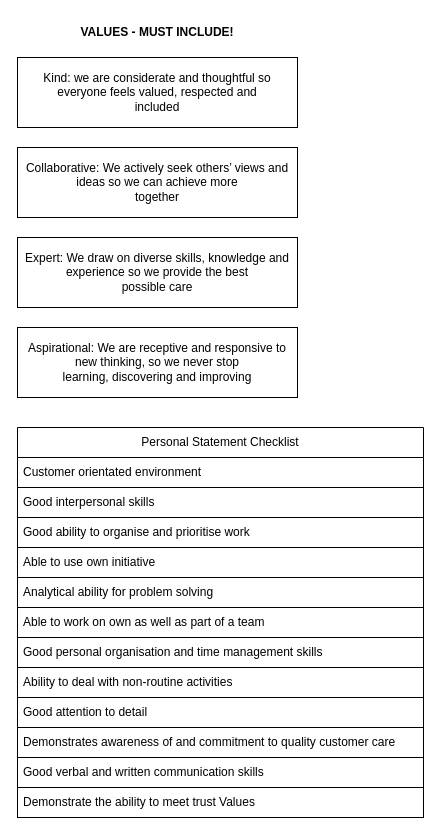
Above: Pharamcy_App.drawio in thomascoote/Misc (draw.io), before the change. Source tidied: cells renumbered, new cells numbered last; positions are measured from the earlier drawing's top-left corner, leaving out a move shared by most shapes. Both pictures are drawn from the tidied source at 100%, with x=0, y=0 at pixel (17, 17).
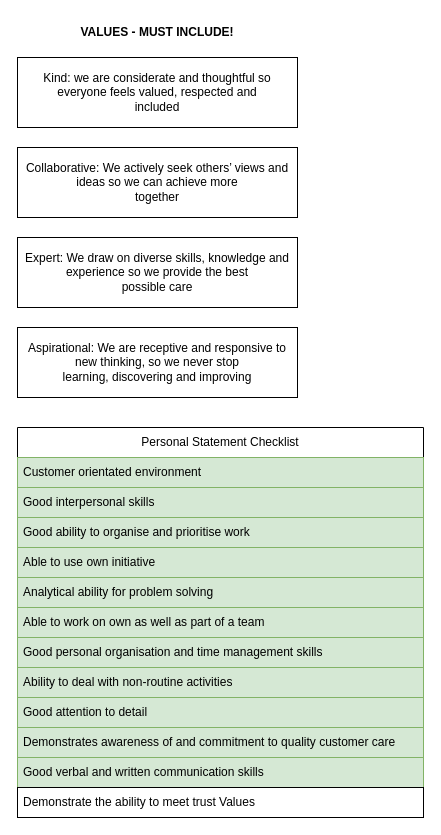
The same page after the edit.

What changed in the source:
```diff
@@
 <mxGraphModel>
   <root>
     <mxCell id="0" />
     <mxCell id="1" parent="0" />
     <mxCell id="2" value="Kind: we are considerate and thoughtful so everyone feels valued, respected and&lt;br&gt;included" style="rounded=0;whiteSpace=wrap;html=1;" parent="1" vertex="1">
       <mxGeometry y="40" width="280" height="70" as="geometry" />
     </mxCell>
     <mxCell id="3" value="&lt;b&gt;VALUES - MUST INCLUDE!&lt;/b&gt;" style="text;html=1;align=center;verticalAlign=middle;whiteSpace=wrap;rounded=0;" parent="1" vertex="1">
       <mxGeometry x="50" width="180" height="30" as="geometry" />
     </mxCell>
     <mxCell id="4" value="Collaborative: We actively seek others’ views and ideas so we can achieve more&lt;br&gt;together" style="rounded=0;whiteSpace=wrap;html=1;" parent="1" vertex="1">
       <mxGeometry y="130" width="280" height="70" as="geometry" />
     </mxCell>
     <mxCell id="5" value="Expert: We draw on diverse skills, knowledge and experience so we provide the best&lt;br&gt;possible care" style="rounded=0;whiteSpace=wrap;html=1;" parent="1" vertex="1">
       <mxGeometry y="220" width="280" height="70" as="geometry" />
     </mxCell>
     <mxCell id="6" value="Aspirational: We are receptive and responsive to new thinking, so we never stop&lt;br&gt;learning, discovering and improving" style="rounded=0;whiteSpace=wrap;html=1;" parent="1" vertex="1">
       <mxGeometry y="310" width="280" height="70" as="geometry" />
     </mxCell>
     <mxCell id="7" value="Personal Statement Checklist" style="swimlane;fontStyle=0;horizontal=1;startSize=30;whiteSpace=wrap;html=1;" parent="1" vertex="1">
       <mxGeometry y="410" width="406" height="390" as="geometry" />
     </mxCell>
-    <mxCell id="8" value="Customer orientated environment" style="text;strokeColor=none;fillColor=none;align=left;verticalAlign=middle;spacingLeft=4;spacingRight=4;overflow=hidden;whiteSpace=wrap;html=1;" parent="7" vertex="1">
+    <mxCell id="8" value="Customer orientated environment" style="text;strokeColor=#82b366;fillColor=#d5e8d4;align=left;verticalAlign=middle;spacingLeft=4;spacingRight=4;overflow=hidden;whiteSpace=wrap;html=1;" parent="7" vertex="1">
       <mxGeometry y="30" width="406" height="30" as="geometry" />
     </mxCell>
-    <mxCell id="9" value="Good interpersonal skills" style="text;strokeColor=default;fillColor=none;align=left;verticalAlign=middle;spacingLeft=4;spacingRight=4;overflow=hidden;whiteSpace=wrap;html=1;" parent="7" vertex="1">
+    <mxCell id="9" value="Good interpersonal skills" style="text;strokeColor=#82b366;fillColor=#d5e8d4;align=left;verticalAlign=middle;spacingLeft=4;spacingRight=4;overflow=hidden;whiteSpace=wrap;html=1;" parent="7" vertex="1">
       <mxGeometry y="60" width="406" height="30" as="geometry" />
     </mxCell>
-    <mxCell id="10" value="Good ability to organise and prioritise work" style="text;strokeColor=none;fillColor=none;align=left;verticalAlign=middle;spacingLeft=4;spacingRight=4;overflow=hidden;whiteSpace=wrap;html=1;" parent="7" vertex="1">
+    <mxCell id="10" value="Good ability to organise and prioritise work" style="text;strokeColor=#82b366;fillColor=#d5e8d4;align=left;verticalAlign=middle;spacingLeft=4;spacingRight=4;overflow=hidden;whiteSpace=wrap;html=1;" parent="7" vertex="1">
       <mxGeometry y="90" width="406" height="30" as="geometry" />
     </mxCell>
-    <mxCell id="11" value="Able to use own initiative" style="text;strokeColor=default;fillColor=none;align=left;verticalAlign=middle;spacingLeft=4;spacingRight=4;overflow=hidden;whiteSpace=wrap;html=1;" parent="7" vertex="1">
+    <mxCell id="11" value="Able to use own initiative" style="text;strokeColor=#82b366;fillColor=#d5e8d4;align=left;verticalAlign=middle;spacingLeft=4;spacingRight=4;overflow=hidden;whiteSpace=wrap;html=1;" parent="7" vertex="1">
       <mxGeometry y="120" width="406" height="30" as="geometry" />
     </mxCell>
-    <mxCell id="12" value="Analytical ability for problem solving" style="text;strokeColor=none;fillColor=none;align=left;verticalAlign=middle;spacingLeft=4;spacingRight=4;overflow=hidden;whiteSpace=wrap;html=1;" parent="7" vertex="1">
+    <mxCell id="12" value="Analytical ability for problem solving" style="text;strokeColor=#82b366;fillColor=#d5e8d4;align=left;verticalAlign=middle;spacingLeft=4;spacingRight=4;overflow=hidden;whiteSpace=wrap;html=1;" parent="7" vertex="1">
       <mxGeometry y="150" width="406" height="30" as="geometry" />
     </mxCell>
-    <mxCell id="13" value="Able to work on own as well as part of a team" style="text;strokeColor=default;fillColor=none;align=left;verticalAlign=middle;spacingLeft=4;spacingRight=4;overflow=hidden;whiteSpace=wrap;html=1;" parent="7" vertex="1">
+    <mxCell id="13" value="Able to work on own as well as part of a team" style="text;strokeColor=#82b366;fillColor=#d5e8d4;align=left;verticalAlign=middle;spacingLeft=4;spacingRight=4;overflow=hidden;whiteSpace=wrap;html=1;" parent="7" vertex="1">
       <mxGeometry y="180" width="406" height="30" as="geometry" />
     </mxCell>
-    <mxCell id="14" value="Good personal organisation and time management skills" style="text;strokeColor=none;fillColor=none;align=left;verticalAlign=middle;spacingLeft=4;spacingRight=4;overflow=hidden;whiteSpace=wrap;html=1;" parent="7" vertex="1">
+    <mxCell id="14" value="Good personal organisation and time management skills" style="text;strokeColor=#82b366;fillColor=#d5e8d4;align=left;verticalAlign=middle;spacingLeft=4;spacingRight=4;overflow=hidden;whiteSpace=wrap;html=1;" parent="7" vertex="1">
       <mxGeometry y="210" width="406" height="30" as="geometry" />
     </mxCell>
-    <mxCell id="15" value="Ability to deal with non-routine activities" style="text;strokeColor=default;fillColor=none;align=left;verticalAlign=middle;spacingLeft=4;spacingRight=4;overflow=hidden;whiteSpace=wrap;html=1;" parent="7" vertex="1">
+    <mxCell id="15" value="Ability to deal with non-routine activities" style="text;strokeColor=#82b366;fillColor=#d5e8d4;align=left;verticalAlign=middle;spacingLeft=4;spacingRight=4;overflow=hidden;whiteSpace=wrap;html=1;" parent="7" vertex="1">
       <mxGeometry y="240" width="406" height="30" as="geometry" />
     </mxCell>
-    <mxCell id="16" value="Good attention to detail" style="text;strokeColor=none;fillColor=none;align=left;verticalAlign=middle;spacingLeft=4;spacingRight=4;overflow=hidden;whiteSpace=wrap;html=1;" parent="7" vertex="1">
+    <mxCell id="16" value="Good attention to detail" style="text;strokeColor=#82b366;fillColor=#d5e8d4;align=left;verticalAlign=middle;spacingLeft=4;spacingRight=4;overflow=hidden;whiteSpace=wrap;html=1;" parent="7" vertex="1">
       <mxGeometry y="270" width="406" height="30" as="geometry" />
     </mxCell>
-    <mxCell id="17" value="Demonstrates awareness of and commitment to quality customer care" style="text;strokeColor=default;fillColor=none;align=left;verticalAlign=middle;spacingLeft=4;spacingRight=4;overflow=hidden;whiteSpace=wrap;html=1;" parent="7" vertex="1">
+    <mxCell id="17" value="Demonstrates awareness of and commitment to quality customer care" style="text;strokeColor=#82b366;fillColor=#d5e8d4;align=left;verticalAlign=middle;spacingLeft=4;spacingRight=4;overflow=hidden;whiteSpace=wrap;html=1;" parent="7" vertex="1">
       <mxGeometry y="300" width="406" height="30" as="geometry" />
     </mxCell>
-    <mxCell id="18" value="Good verbal and written communication skills" style="text;strokeColor=none;fillColor=none;align=left;verticalAlign=middle;spacingLeft=4;spacingRight=4;overflow=hidden;whiteSpace=wrap;html=1;" parent="7" vertex="1">
+    <mxCell id="18" value="Good verbal and written communication skills" style="text;strokeColor=#82b366;fillColor=#d5e8d4;align=left;verticalAlign=middle;spacingLeft=4;spacingRight=4;overflow=hidden;whiteSpace=wrap;html=1;" parent="7" vertex="1">
       <mxGeometry y="330" width="406" height="30" as="geometry" />
     </mxCell>
     <mxCell id="19" value="Demonstrate the ability to meet trust Values" style="text;strokeColor=default;fillColor=none;align=left;verticalAlign=middle;spacingLeft=4;spacingRight=4;overflow=hidden;whiteSpace=wrap;html=1;" parent="7" vertex="1">
       <mxGeometry y="360" width="406" height="30" as="geometry" />
     </mxCell>
   </root>
 </mxGraphModel>
```
